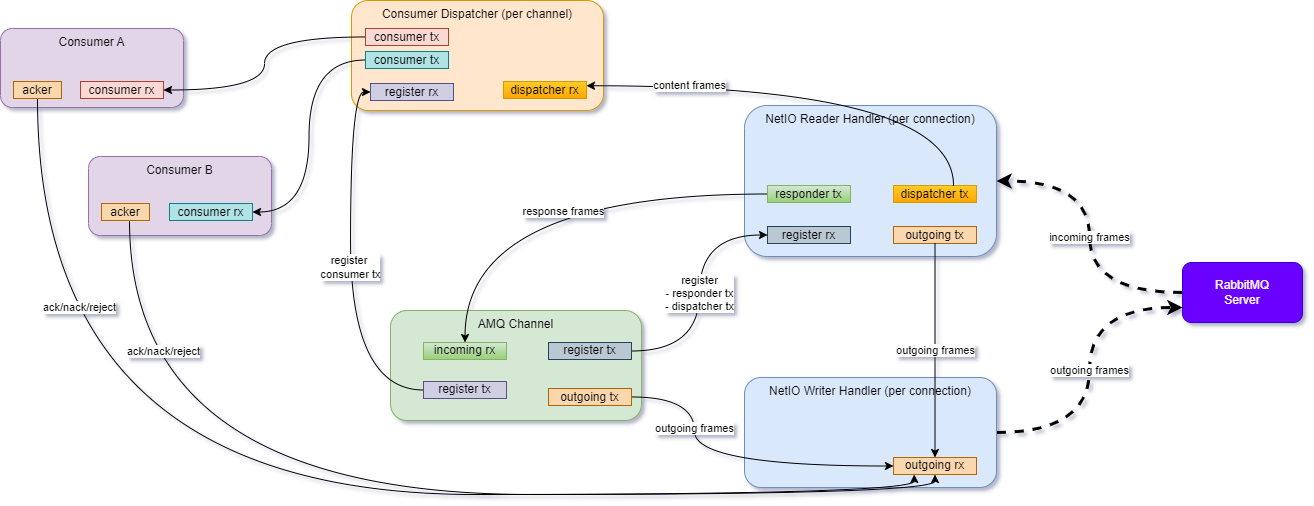
The draw.io diagram amqp-chosen_design.drawio.png in gftea/amqprs, before a commit. Source tidied: cells renumbered, new cells last; positions are measured from the earlier drawing's top-left corner, leaving out a move shared by most shapes.
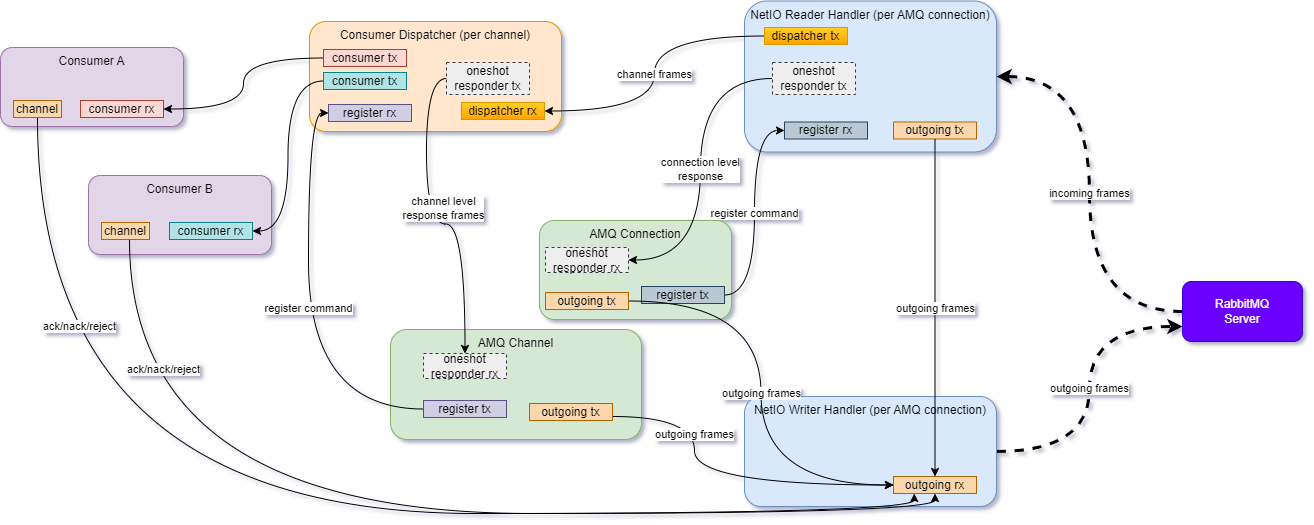
The same diagram one commit later.

Commit message:
update design arch diagram

Change to the diagram source:
```diff
@@ -2,32 +2,41 @@
   <root>
     <mxCell id="0" />
     <mxCell id="1" parent="0" />
+    <mxCell id="38" value="AMQ Connection" style="rounded=1;whiteSpace=wrap;html=1;fillColor=#d5e8d4;strokeColor=#82b366;align=center;horizontal=1;verticalAlign=top;" parent="1" vertex="1">
+      <mxGeometry x="539" y="201" width="192" height="99" as="geometry" />
+    </mxCell>
+    <mxCell id="17" value="Consumer Dispatcher (per channel)" style="rounded=1;whiteSpace=wrap;html=1;fillColor=#ffe6cc;strokeColor=#d79b00;align=center;horizontal=1;verticalAlign=top;" parent="1" vertex="1">
+      <mxGeometry x="309" y="2" width="252" height="110" as="geometry" />
+    </mxCell>
     <mxCell id="2" value="Consumer B" style="rounded=1;whiteSpace=wrap;html=1;fillColor=#e1d5e7;strokeColor=#9673a6;align=center;horizontal=1;verticalAlign=top;" parent="1" vertex="1">
       <mxGeometry x="88" y="156" width="183" height="79" as="geometry" />
     </mxCell>
     <mxCell id="3" value="AMQ Channel" style="rounded=1;whiteSpace=wrap;html=1;fillColor=#d5e8d4;strokeColor=#82b366;align=center;horizontal=1;verticalAlign=top;" parent="1" vertex="1">
       <mxGeometry x="390" y="310" width="251" height="110" as="geometry" />
     </mxCell>
-    <mxCell id="4" value="NetIO Reader Handler (per connection)" style="rounded=1;whiteSpace=wrap;html=1;fillColor=#dae8fc;strokeColor=#6c8ebf;align=center;horizontal=1;verticalAlign=top;" parent="1" vertex="1">
-      <mxGeometry x="744" y="105" width="252" height="151" as="geometry" />
+    <mxCell id="4" value="NetIO Reader Handler (per AMQ connection)" style="rounded=1;whiteSpace=wrap;html=1;fillColor=#dae8fc;strokeColor=#6c8ebf;align=center;horizontal=1;verticalAlign=top;" parent="1" vertex="1">
+      <mxGeometry x="744" y="-18.5" width="252" height="151" as="geometry" />
     </mxCell>
+    <mxCell id="26" value="channel frames" style="edgeStyle=orthogonalEdgeStyle;rounded=0;jettySize=auto;html=1;entryX=1;entryY=0.5;entryDx=0;entryDy=0;curved=1;" parent="1" edge="1" source="5" target="19">
+      <mxGeometry relative="1" as="geometry" />
+    </mxCell>
     <mxCell id="5" value="dispatcher tx" style="rounded=0;whiteSpace=wrap;html=1;fillColor=#ffcd28;gradientColor=#ffa500;strokeColor=#d79b00;" parent="1" vertex="1">
-      <mxGeometry x="893" y="185" width="83" height="17" as="geometry" />
+      <mxGeometry x="764" y="8" width="83" height="17" as="geometry" />
     </mxCell>
     <mxCell id="6" value="register rx" style="rounded=0;whiteSpace=wrap;html=1;fillColor=#bac8d3;strokeColor=#23445d;" parent="1" vertex="1">
-      <mxGeometry x="767" y="226" width="83" height="17" as="geometry" />
+      <mxGeometry x="784" y="102.5" width="83" height="17" as="geometry" />
     </mxCell>
     <mxCell id="7" value="outgoing tx" style="rounded=0;whiteSpace=wrap;html=1;fillColor=#fad7ac;strokeColor=#b46504;" parent="1" vertex="1">
-      <mxGeometry x="893" y="226" width="83" height="17" as="geometry" />
+      <mxGeometry x="893" y="102.5" width="83" height="17" as="geometry" />
     </mxCell>
-    <mxCell id="8" value="response frames" style="edgeStyle=orthogonalEdgeStyle;curved=1;rounded=0;jettySize=auto;html=1;exitX=0;exitY=0.5;exitDx=0;exitDy=0;" parent="1" edge="1" source="10" target="9">
+    <mxCell id="8" value="channel level&lt;br&gt;response frames" style="edgeStyle=orthogonalEdgeStyle;curved=1;rounded=0;jettySize=auto;html=1;exitX=0;exitY=0.5;exitDx=0;exitDy=0;" parent="1" edge="1" source="10" target="9">
       <mxGeometry x="-0.1" y="17" relative="1" as="geometry" />
     </mxCell>
-    <mxCell id="9" value="incoming rx" style="rounded=0;whiteSpace=wrap;html=1;fillColor=#d5e8d4;gradientColor=#97d077;strokeColor=#82b366;" parent="1" vertex="1">
-      <mxGeometry x="423" y="342" width="83" height="17" as="geometry" />
+    <mxCell id="9" value="oneshot responder rx" style="rounded=0;whiteSpace=wrap;html=1;fillColor=#eeeeee;dashed=1;strokeColor=#36393d;" parent="1" vertex="1">
+      <mxGeometry x="423" y="334" width="83" height="25" as="geometry" />
     </mxCell>
-    <mxCell id="10" value="responder tx" style="rounded=0;whiteSpace=wrap;html=1;fillColor=#d5e8d4;gradientColor=#97d077;strokeColor=#82b366;" parent="1" vertex="1">
-      <mxGeometry x="767" y="185" width="83" height="17" as="geometry" />
+    <mxCell id="10" value="oneshot&lt;br&gt;responder tx" style="rounded=0;whiteSpace=wrap;html=1;fillColor=#eeeeee;strokeColor=#36393d;dashed=1;" parent="1" vertex="1">
+      <mxGeometry x="446" y="43" width="83" height="32" as="geometry" />
     </mxCell>
     <mxCell id="11" value="incoming frames" style="edgeStyle=orthogonalEdgeStyle;curved=1;rounded=0;jettySize=auto;html=1;entryX=1;entryY=0.5;entryDx=0;entryDy=0;strokeWidth=3;dashed=1;" parent="1" edge="1" source="12" target="4">
       <mxGeometry relative="1" as="geometry" />
@@ -38,7 +47,7 @@
     <mxCell id="13" value="outgoing frames" style="edgeStyle=orthogonalEdgeStyle;curved=1;rounded=0;jettySize=auto;html=1;entryX=0;entryY=0.75;entryDx=0;entryDy=0;strokeWidth=3;dashed=1;" parent="1" edge="1" source="14" target="12">
       <mxGeometry relative="1" as="geometry" />
     </mxCell>
-    <mxCell id="14" value="NetIO Writer Handler (per connection)" style="rounded=1;whiteSpace=wrap;html=1;fillColor=#dae8fc;strokeColor=#6c8ebf;align=center;horizontal=1;verticalAlign=top;" parent="1" vertex="1">
+    <mxCell id="14" value="NetIO Writer Handler (per AMQ connection)" style="rounded=1;whiteSpace=wrap;html=1;fillColor=#dae8fc;strokeColor=#6c8ebf;align=center;horizontal=1;verticalAlign=top;" parent="1" vertex="1">
       <mxGeometry x="744" y="377" width="252" height="110" as="geometry" />
     </mxCell>
     <mxCell id="15" value="outgoing rx" style="rounded=0;whiteSpace=wrap;html=1;fillColor=#fad7ac;strokeColor=#b46504;" parent="1" vertex="1">
@@ -47,26 +56,23 @@
     <mxCell id="16" value="outgoing frames" style="edgeStyle=orthogonalEdgeStyle;curved=1;rounded=0;jettySize=auto;html=1;entryX=0.5;entryY=0;entryDx=0;entryDy=0;" parent="1" edge="1" source="7" target="15">
       <mxGeometry relative="1" as="geometry" />
     </mxCell>
-    <mxCell id="17" value="Consumer Dispatcher (per channel)" style="rounded=1;whiteSpace=wrap;html=1;fillColor=#ffe6cc;strokeColor=#d79b00;align=center;horizontal=1;verticalAlign=top;" parent="1" vertex="1">
-      <mxGeometry x="351" width="252" height="110" as="geometry" />
-    </mxCell>
     <mxCell id="18" value="register rx" style="rounded=0;whiteSpace=wrap;html=1;fillColor=#d0cee2;strokeColor=#56517e;" parent="1" vertex="1">
-      <mxGeometry x="370" y="83" width="83" height="17" as="geometry" />
+      <mxGeometry x="328" y="85" width="83" height="17" as="geometry" />
     </mxCell>
     <mxCell id="19" value="dispatcher rx" style="rounded=0;whiteSpace=wrap;html=1;fillColor=#ffcd28;gradientColor=#ffa500;strokeColor=#d79b00;" parent="1" vertex="1">
-      <mxGeometry x="503" y="81" width="83" height="17" as="geometry" />
+      <mxGeometry x="461" y="83" width="83" height="17" as="geometry" />
     </mxCell>
     <mxCell id="20" style="edgeStyle=orthogonalEdgeStyle;curved=1;rounded=0;jettySize=auto;html=1;entryX=1;entryY=0.5;entryDx=0;entryDy=0;exitX=0;exitY=0.5;exitDx=0;exitDy=0;" parent="1" edge="1" source="33" target="32">
       <mxGeometry relative="1" as="geometry" />
     </mxCell>
     <mxCell id="21" value="consumer tx" style="rounded=0;whiteSpace=wrap;html=1;fillColor=#fad9d5;strokeColor=#ae4132;" parent="1" vertex="1">
-      <mxGeometry x="365" y="28" width="83" height="17" as="geometry" />
+      <mxGeometry x="323" y="30" width="83" height="17" as="geometry" />
     </mxCell>
-    <mxCell id="22" value="register&lt;br&gt;- responder tx&lt;br&gt;- dispatcher tx" style="edgeStyle=orthogonalEdgeStyle;curved=1;rounded=0;jettySize=auto;html=1;exitX=1;exitY=0.5;exitDx=0;exitDy=0;entryX=0;entryY=0.5;entryDx=0;entryDy=0;" parent="1" edge="1" source="23" target="6">
+    <mxCell id="22" value="register command" style="edgeStyle=orthogonalEdgeStyle;curved=1;rounded=0;jettySize=auto;html=1;exitX=1;exitY=0.5;exitDx=0;exitDy=0;entryX=0;entryY=0.5;entryDx=0;entryDy=0;" parent="1" edge="1" source="23" target="6">
       <mxGeometry relative="1" as="geometry" />
     </mxCell>
     <mxCell id="23" value="register tx" style="rounded=0;whiteSpace=wrap;html=1;fillColor=#bac8d3;strokeColor=#23445d;" parent="1" vertex="1">
-      <mxGeometry x="548" y="342" width="83" height="17" as="geometry" />
+      <mxGeometry x="641" y="267" width="83" height="17" as="geometry" />
     </mxCell>
     <mxCell id="24" value="outgoing frames" style="edgeStyle=orthogonalEdgeStyle;curved=1;rounded=0;jettySize=auto;html=1;entryX=0;entryY=0.5;entryDx=0;entryDy=0;" parent="1" edge="1" source="25" target="15">
       <mxGeometry x="-0.43" relative="1" as="geometry">
@@ -77,16 +83,9 @@
       </mxGeometry>
     </mxCell>
     <mxCell id="25" value="outgoing tx" style="rounded=0;whiteSpace=wrap;html=1;fillColor=#fad7ac;strokeColor=#b46504;" parent="1" vertex="1">
-      <mxGeometry x="548" y="388" width="83" height="17" as="geometry" />
+      <mxGeometry x="529" y="384" width="83" height="17" as="geometry" />
     </mxCell>
-    <mxCell id="26" value="content frames" style="edgeStyle=orthogonalEdgeStyle;curved=1;rounded=0;jettySize=auto;html=1;entryX=1;entryY=0.25;entryDx=0;entryDy=0;" parent="1" edge="1" source="5" target="19">
-      <mxGeometry x="0.56" relative="1" as="geometry">
-        <Array as="points">
-          <mxPoint x="953" y="85" />
-        </Array>
-      </mxGeometry>
-    </mxCell>
-    <mxCell id="27" value="register&amp;nbsp;&lt;br&gt;consumer tx" style="edgeStyle=orthogonalEdgeStyle;curved=1;rounded=0;jettySize=auto;html=1;entryX=0;entryY=0.5;entryDx=0;entryDy=0;exitX=0;exitY=0.5;exitDx=0;exitDy=0;" parent="1" edge="1" source="28" target="18">
+    <mxCell id="27" value="register command" style="edgeStyle=orthogonalEdgeStyle;curved=1;rounded=0;jettySize=auto;html=1;entryX=0;entryY=0.5;entryDx=0;entryDy=0;exitX=0;exitY=0.5;exitDx=0;exitDy=0;" parent="1" edge="1" source="28" target="18">
       <mxGeometry relative="1" as="geometry" />
     </mxCell>
     <mxCell id="28" value="register tx" style="rounded=0;whiteSpace=wrap;html=1;fillColor=#d0cee2;strokeColor=#56517e;" parent="1" vertex="1">
@@ -105,12 +104,12 @@
       <mxGeometry x="169" y="203" width="83" height="17" as="geometry" />
     </mxCell>
     <mxCell id="33" value="consumer tx" style="rounded=0;whiteSpace=wrap;html=1;fillColor=#b0e3e6;strokeColor=#0e8088;" parent="1" vertex="1">
-      <mxGeometry x="365" y="51" width="83" height="17" as="geometry" />
+      <mxGeometry x="323" y="53" width="83" height="17" as="geometry" />
     </mxCell>
     <mxCell id="34" value="ack/nack/reject" style="edgeStyle=orthogonalEdgeStyle;curved=1;rounded=0;jettySize=auto;html=1;exitX=0.5;exitY=1;exitDx=0;exitDy=0;entryX=0.25;entryY=1;entryDx=0;entryDy=0;" parent="1" edge="1" source="35" target="15">
       <mxGeometry x="-0.68" y="42" relative="1" as="geometry" />
     </mxCell>
-    <mxCell id="35" value="acker" style="rounded=0;whiteSpace=wrap;html=1;fillColor=#fad7ac;strokeColor=#b46504;" parent="1" vertex="1">
+    <mxCell id="35" value="channel" style="rounded=0;whiteSpace=wrap;html=1;fillColor=#fad7ac;strokeColor=#b46504;" parent="1" vertex="1">
       <mxGeometry x="13" y="81" width="48" height="17" as="geometry" />
     </mxCell>
     <mxCell id="36" value="ack/nack/reject" style="edgeStyle=orthogonalEdgeStyle;curved=1;rounded=0;jettySize=auto;html=1;entryX=0.5;entryY=1;entryDx=0;entryDy=0;" parent="1" edge="1" source="37" target="15">
@@ -121,8 +120,23 @@
         </Array>
       </mxGeometry>
     </mxCell>
-    <mxCell id="37" value="acker" style="rounded=0;whiteSpace=wrap;html=1;fillColor=#fad7ac;strokeColor=#b46504;" parent="1" vertex="1">
+    <mxCell id="37" value="channel" style="rounded=0;whiteSpace=wrap;html=1;fillColor=#fad7ac;strokeColor=#b46504;" parent="1" vertex="1">
       <mxGeometry x="101" y="203" width="48" height="17" as="geometry" />
     </mxCell>
+    <mxCell id="39" value="connection level&lt;br&gt;response" style="edgeStyle=orthogonalEdgeStyle;curved=1;rounded=0;jettySize=auto;html=1;entryX=1;entryY=0.5;entryDx=0;entryDy=0;" parent="1" edge="1" source="40" target="41">
+      <mxGeometry relative="1" as="geometry" />
+    </mxCell>
+    <mxCell id="40" value="oneshot&lt;br&gt;responder tx" style="rounded=0;whiteSpace=wrap;html=1;fillColor=#eeeeee;strokeColor=#36393d;dashed=1;" parent="1" vertex="1">
+      <mxGeometry x="772" y="43" width="83" height="32" as="geometry" />
+    </mxCell>
+    <mxCell id="41" value="oneshot responder rx" style="rounded=0;whiteSpace=wrap;html=1;fillColor=#eeeeee;dashed=1;strokeColor=#36393d;" parent="1" vertex="1">
+      <mxGeometry x="545" y="228" width="83" height="25" as="geometry" />
+    </mxCell>
+    <mxCell id="42" value="outgoing frames" style="edgeStyle=orthogonalEdgeStyle;curved=1;rounded=0;jettySize=auto;html=1;entryX=0;entryY=0.5;entryDx=0;entryDy=0;" parent="1" edge="1" source="43" target="15">
+      <mxGeometry relative="1" as="geometry" />
+    </mxCell>
+    <mxCell id="43" value="outgoing tx" style="rounded=0;whiteSpace=wrap;html=1;fillColor=#fad7ac;strokeColor=#b46504;" parent="1" vertex="1">
+      <mxGeometry x="545" y="273" width="83" height="17" as="geometry" />
+    </mxCell>
   </root>
 </mxGraphModel>
```
